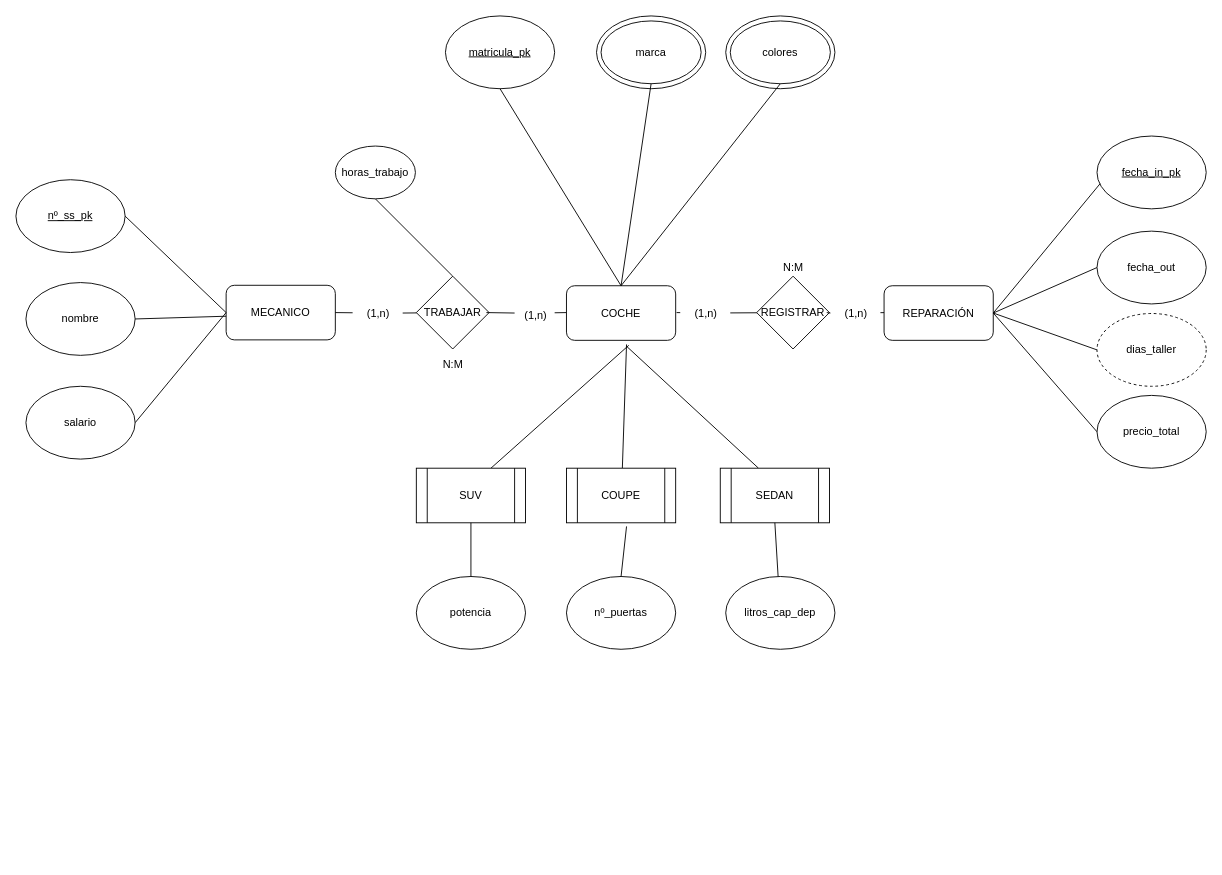
The draw.io diagram Untitled Diagram.drawio in Kiritomoreno/Diagramas, before the edit. Source tidied: cells renumbered, new cells numbered last; positions are measured from the earlier drawing's top-left corner, leaving out a move shared by most shapes. Both pictures are drawn from the tidied source at 91%, with x=0, y=0 at pixel (15, 15).
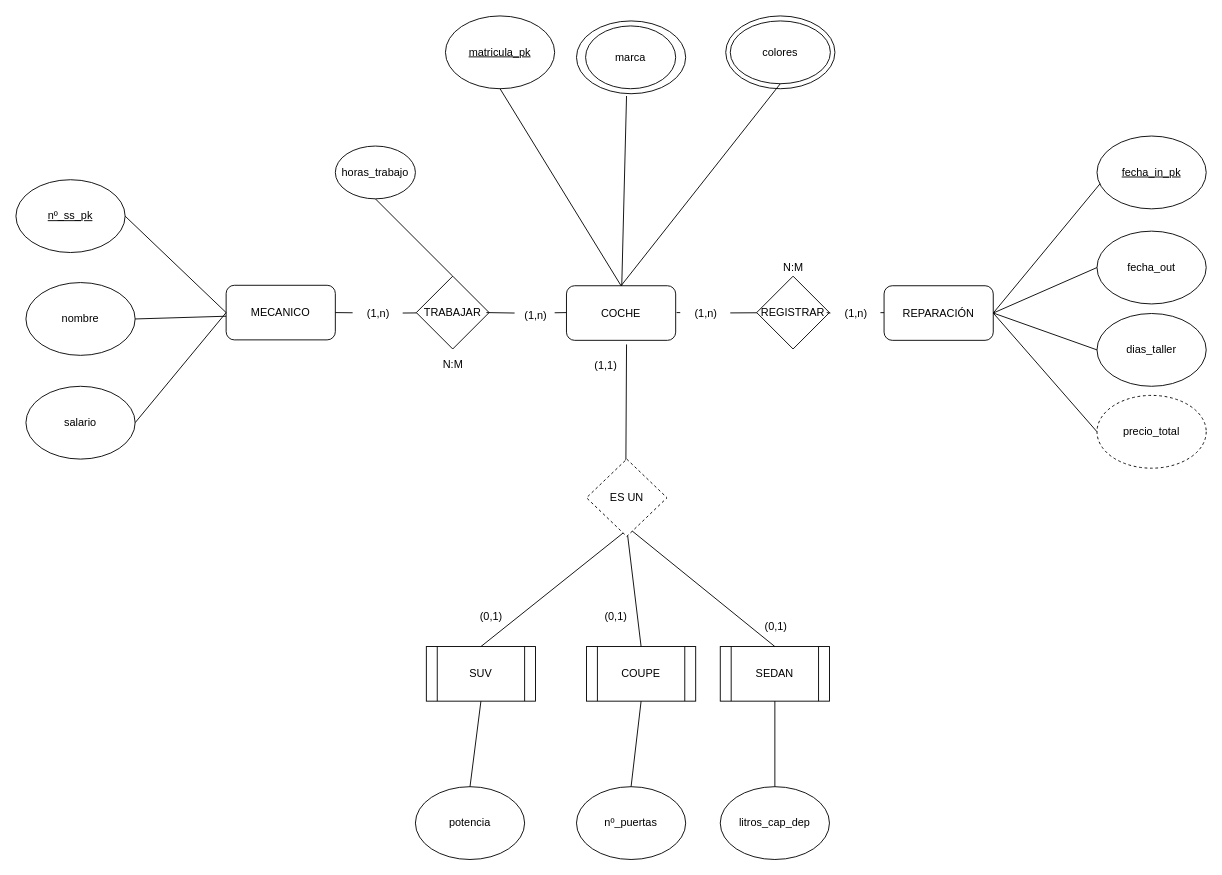
Above is the later version.

The change refers to these unchanged cells:
```xml
<mxCell id="23" value="COCHE" style="rounded=1;whiteSpace=wrap;html=1;" parent="1" vertex="1">
  <mxGeometry x="605" y="296.5" width="120" height="60" as="geometry" />
</mxCell>
```

The edit, as a diff of the source:
```diff
@@
-    <mxCell id="2" value="dias_taller" style="ellipse;whiteSpace=wrap;html=1;dashed=1;" parent="1" vertex="1">
+    <mxCell id="2" value="dias_taller" style="ellipse;whiteSpace=wrap;html=1;" parent="1" vertex="1">
       <mxGeometry x="1188" y="327" width="120" height="80" as="geometry" />
     </mxCell>
@@
-    <mxCell id="10" style="endArrow=none;html=1;rounded=0;entryX=0.5;entryY=0;entryDx=0;entryDy=0;startArrow=none;exitX=0.57;exitY=1.1;exitDx=0;exitDy=0;exitPerimeter=0;" parent="1" edge="1">
-      <mxGeometry relative="1" as="geometry">
-        <mxPoint x="673.4" y="362" as="sourcePoint" />
-        <mxPoint x="522" y="497" as="targetPoint" />
-      </mxGeometry>
-    </mxCell>
@@
     <mxCell id="20" style="endArrow=none;html=1;rounded=0;startArrow=none;" parent="1" edge="1">
       <mxGeometry relative="1" as="geometry">
         <mxPoint x="671" y="361" as="sourcePoint" />
-        <mxPoint x="666.4" y="497" as="targetPoint" />
+        <mxPoint x="670.2" y="506" as="targetPoint" />
       </mxGeometry>
     </mxCell>
-    <mxCell id="21" style="endArrow=none;html=1;rounded=0;startArrow=none;entryX=0.5;entryY=0;entryDx=0;entryDy=0;" parent="1" edge="1">
-      <mxGeometry relative="1" as="geometry">
-        <mxPoint x="671" y="363" as="sourcePoint" />
-        <mxPoint x="816" y="497" as="targetPoint" />
-      </mxGeometry>
-    </mxCell>
@@
     <mxCell id="24" value="SUV" style="shape=process;whiteSpace=wrap;html=1;backgroundOutline=1;" parent="1" vertex="1">
-      <mxGeometry x="440" y="497" width="120" height="60" as="geometry" />
+      <mxGeometry x="451" y="693" width="120" height="60" as="geometry" />
     </mxCell>
     <mxCell id="25" value="COUPE" style="shape=process;whiteSpace=wrap;html=1;backgroundOutline=1;" parent="1" vertex="1">
-      <mxGeometry x="605" y="497" width="120" height="60" as="geometry" />
+      <mxGeometry x="627" y="693" width="120" height="60" as="geometry" />
     </mxCell>
     <mxCell id="26" value="SEDAN" style="shape=process;whiteSpace=wrap;html=1;backgroundOutline=1;" parent="1" vertex="1">
-      <mxGeometry x="774" y="497" width="120" height="60" as="geometry" />
+      <mxGeometry x="774" y="693" width="120" height="60" as="geometry" />
     </mxCell>
@@
-    <mxCell id="34" style="ellipse;whiteSpace=wrap;html=1;" parent="1" vertex="1">
-      <mxGeometry x="638" width="120" height="80" as="geometry" />
-    </mxCell>
@@
-    <mxCell id="36" style="edgeStyle=orthogonalEdgeStyle;rounded=0;orthogonalLoop=1;jettySize=auto;html=1;exitX=0.5;exitY=1;exitDx=0;exitDy=0;" parent="1" edge="1" source="34" target="34">
-      <mxGeometry relative="1" as="geometry" />
+    <mxCell id="36" style="edgeStyle=orthogonalEdgeStyle;rounded=0;orthogonalLoop=1;jettySize=auto;html=1;exitX=0.5;exitY=1;exitDx=0;exitDy=0;" parent="1" edge="1">
+      <mxGeometry relative="1" as="geometry">
+        <mxPoint x="698" y="80" as="sourcePoint" />
+        <mxPoint x="698" y="80" as="targetPoint" />
+      </mxGeometry>
     </mxCell>
@@
-    <mxCell id="38" value="marca" style="ellipse;whiteSpace=wrap;html=1;" parent="1" vertex="1">
-      <mxGeometry x="643" y="5.5" width="110" height="69" as="geometry" />
-    </mxCell>
@@
-    <mxCell id="40" style="endArrow=none;html=1;rounded=0;entryX=0.5;entryY=1;entryDx=0;entryDy=0;exitX=0.5;exitY=0;exitDx=0;exitDy=0;" parent="1" edge="1" source="23" target="38">
-      <mxGeometry relative="1" as="geometry" />
-    </mxCell>
@@
-    <mxCell id="44" value="precio_total" style="ellipse;whiteSpace=wrap;html=1;" parent="1" vertex="1">
+    <mxCell id="44" value="precio_total" style="ellipse;whiteSpace=wrap;html=1;dashed=1;" parent="1" vertex="1">
       <mxGeometry x="1188" y="417" width="120" height="80" as="geometry" />
     </mxCell>
@@
     <mxCell id="49" value="potencia" style="ellipse;whiteSpace=wrap;html=1;" parent="1" vertex="1">
-      <mxGeometry x="440" y="616" width="120" height="80" as="geometry" />
+      <mxGeometry x="439" y="847" width="120" height="80" as="geometry" />
     </mxCell>
     <mxCell id="50" value="nº_puertas" style="ellipse;whiteSpace=wrap;html=1;" parent="1" vertex="1">
-      <mxGeometry x="605" y="616" width="120" height="80" as="geometry" />
+      <mxGeometry x="616" y="847" width="120" height="80" as="geometry" />
     </mxCell>
     <mxCell id="51" value="litros_cap_dep" style="ellipse;whiteSpace=wrap;html=1;" parent="1" vertex="1">
-      <mxGeometry x="780" y="616" width="120" height="80" as="geometry" />
+      <mxGeometry x="774" y="847" width="120" height="80" as="geometry" />
     </mxCell>
-    <mxCell id="52" style="endArrow=none;html=1;rounded=0;exitX=0.5;exitY=0;exitDx=0;exitDy=0;" parent="1" edge="1" source="50">
-      <mxGeometry relative="1" as="geometry">
-        <mxPoint x="671" y="561" as="targetPoint" />
-      </mxGeometry>
+    <mxCell id="52" style="endArrow=none;html=1;rounded=0;exitX=0.5;exitY=0;exitDx=0;exitDy=0;entryX=0.5;entryY=1;entryDx=0;entryDy=0;" parent="1" edge="1" source="50" target="25">
+      <mxGeometry relative="1" as="geometry" />
     </mxCell>
@@
+    <mxCell id="58" style="endArrow=none;html=1;rounded=0;entryX=0.5;entryY=1;entryDx=0;entryDy=0;exitX=0.5;exitY=0;exitDx=0;exitDy=0;" parent="1" edge="1" source="24">
+      <mxGeometry relative="1" as="geometry">
+        <mxPoint x="670" y="566" as="targetPoint" />
+      </mxGeometry>
+    </mxCell>
+    <mxCell id="59" style="ellipse;whiteSpace=wrap;html=1;" parent="1" vertex="1">
+      <mxGeometry x="616" y="5.5" width="120" height="80" as="geometry" />
+    </mxCell>
+    <mxCell id="38" value="marca" style="ellipse;whiteSpace=wrap;html=1;" parent="1" vertex="1">
+      <mxGeometry x="626" y="11" width="99" height="69" as="geometry" />
+    </mxCell>
+    <mxCell id="60" style="endArrow=none;html=1;rounded=0;" parent="1" edge="1" source="23">
+      <mxGeometry relative="1" as="geometry">
+        <mxPoint x="671" y="88" as="targetPoint" />
+      </mxGeometry>
+    </mxCell>
+    <mxCell id="61" style="endArrow=none;html=1;rounded=0;exitX=0.5;exitY=0;exitDx=0;exitDy=0;" parent="1" edge="1" source="25">
+      <mxGeometry relative="1" as="geometry">
+        <mxPoint x="671" y="561" as="targetPoint" />
+      </mxGeometry>
+    </mxCell>
+    <mxCell id="62" style="endArrow=none;html=1;rounded=0;exitX=0.5;exitY=0;exitDx=0;exitDy=0;" parent="1" edge="1" source="26">
+      <mxGeometry relative="1" as="geometry">
+        <mxPoint x="671" y="561" as="targetPoint" />
+      </mxGeometry>
+    </mxCell>
+    <mxCell id="63" value="ES UN" style="rhombus;whiteSpace=wrap;html=1;dashed=1;" parent="1" vertex="1">
+      <mxGeometry x="627" y="487" width="88.5" height="85" as="geometry" />
+    </mxCell>
+    <mxCell id="64" value="(1,1)" style="text;html=1;align=center;verticalAlign=middle;strokeColor=none;fillColor=none;" parent="1" vertex="1">
+      <mxGeometry x="620" y="368" width="55" height="33" as="geometry" />
+    </mxCell>
+    <mxCell id="65" value="(0,1)" style="text;html=1;align=center;verticalAlign=middle;strokeColor=none;fillColor=none;" parent="1" vertex="1">
+      <mxGeometry x="494" y="643" width="55" height="33" as="geometry" />
+    </mxCell>
+    <mxCell id="66" value="(0,1)" style="text;html=1;align=center;verticalAlign=middle;strokeColor=none;fillColor=none;" parent="1" vertex="1">
+      <mxGeometry x="631" y="643" width="55" height="33" as="geometry" />
+    </mxCell>
+    <mxCell id="67" value="(0,1)" style="text;html=1;align=center;verticalAlign=middle;strokeColor=none;fillColor=none;" parent="1" vertex="1">
+      <mxGeometry x="807" y="654" width="55" height="33" as="geometry" />
+    </mxCell>
```
